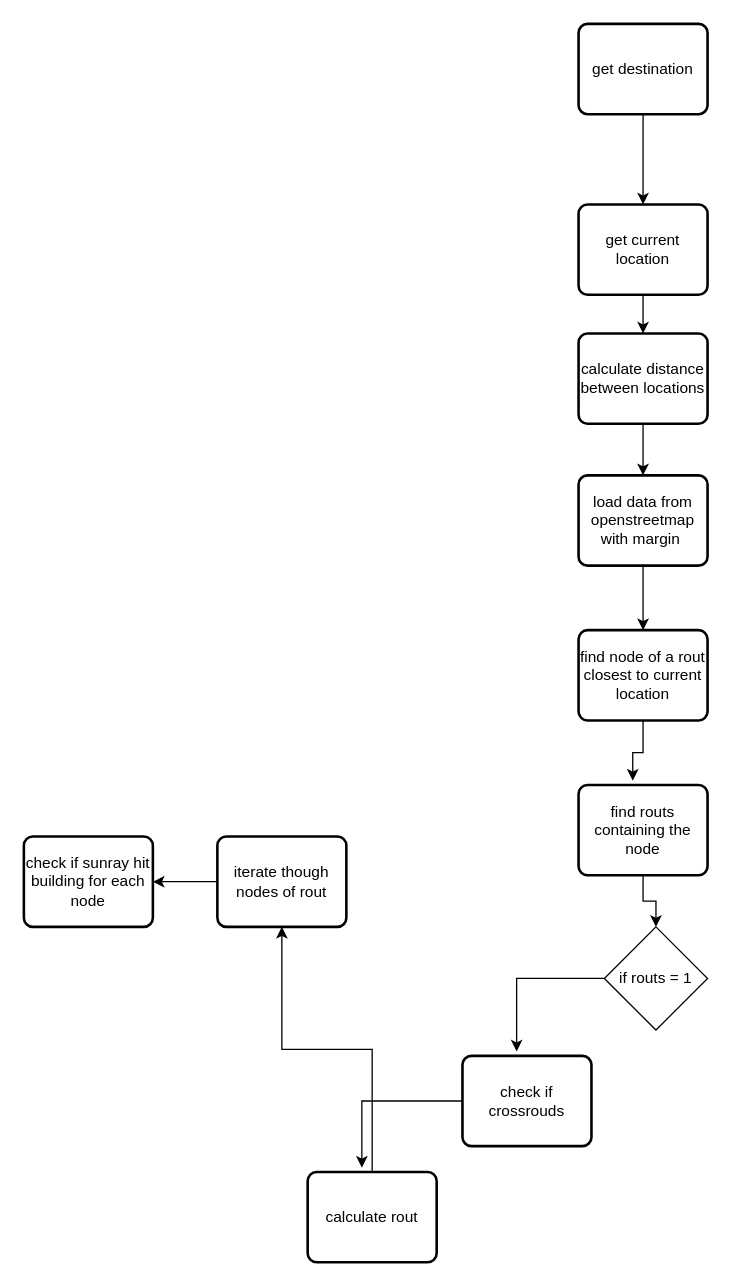
Before: Pojekt Ablaufdiagramm.drawio in IP2312/shadowwalker, a draw.io diagram. Source tidied: cells renumbered, new cells numbered last; positions are measured from the earlier drawing's top-left corner, leaving out a move shared by most shapes. Both pictures are drawn from the tidied source at 129%, with x=0, y=0 at pixel (23, 23).
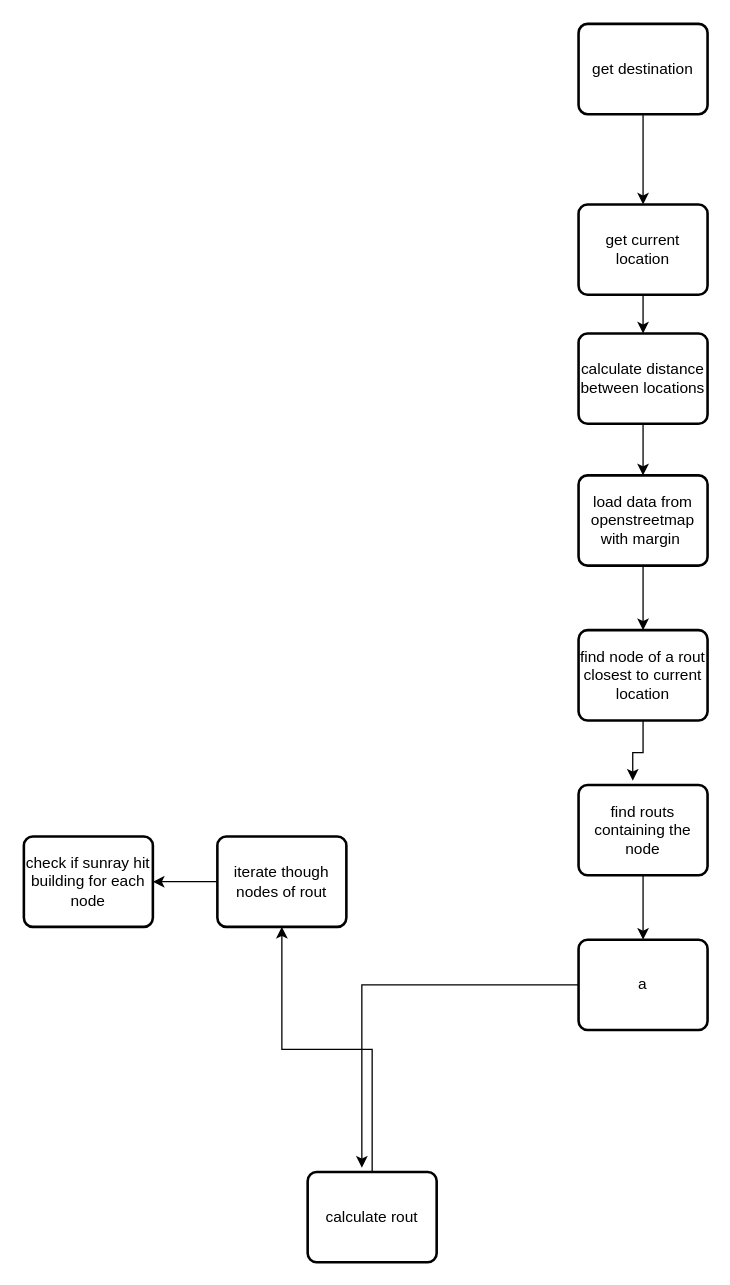
The same page after the edit.

Commit message (it also covers changes not shown here):
finde routs

The change refers to these unchanged cells:
```xml
<mxCell id="21" value="find routs containing the node" style="rounded=1;whiteSpace=wrap;html=1;absoluteArcSize=1;arcSize=14;strokeWidth=2;" parent="1" vertex="1">
  <mxGeometry x="430" y="590" width="100" height="70" as="geometry" />
</mxCell>
```

Change to the diagram source:
```diff
@@
-    <mxCell id="17" style="edgeStyle=orthogonalEdgeStyle;rounded=0;jettySize=auto;html=1;entryX=0.42;entryY=-0.048;entryDx=0;entryDy=0;entryPerimeter=0;" parent="1" edge="1" source="22" target="18">
-      <mxGeometry relative="1" as="geometry" />
-    </mxCell>
-    <mxCell id="18" value="check if crossrouds" style="rounded=1;whiteSpace=wrap;html=1;absoluteArcSize=1;arcSize=14;strokeWidth=2;" parent="1" vertex="1">
-      <mxGeometry x="340" y="800" width="100" height="70" as="geometry" />
+    <mxCell id="18" value="a" style="rounded=1;whiteSpace=wrap;html=1;absoluteArcSize=1;arcSize=14;strokeWidth=2;" parent="1" vertex="1">
+      <mxGeometry x="430" y="710" width="100" height="70" as="geometry" />
     </mxCell>
@@
-    <mxCell id="20" style="edgeStyle=orthogonalEdgeStyle;rounded=0;jettySize=auto;html=1;entryX=0.5;entryY=0;entryDx=0;entryDy=0;" parent="1" edge="1" source="21" target="22">
+    <mxCell id="20" style="edgeStyle=orthogonalEdgeStyle;rounded=0;jettySize=auto;html=1;" parent="1" edge="1" source="21" target="18">
       <mxGeometry relative="1" as="geometry" />
     </mxCell>
@@
-    <mxCell id="22" value="if routs = 1" style="rhombus;whiteSpace=wrap;html=1;" parent="1" vertex="1">
-      <mxGeometry x="450" y="700" width="80" height="80" as="geometry" />
-    </mxCell>
```
